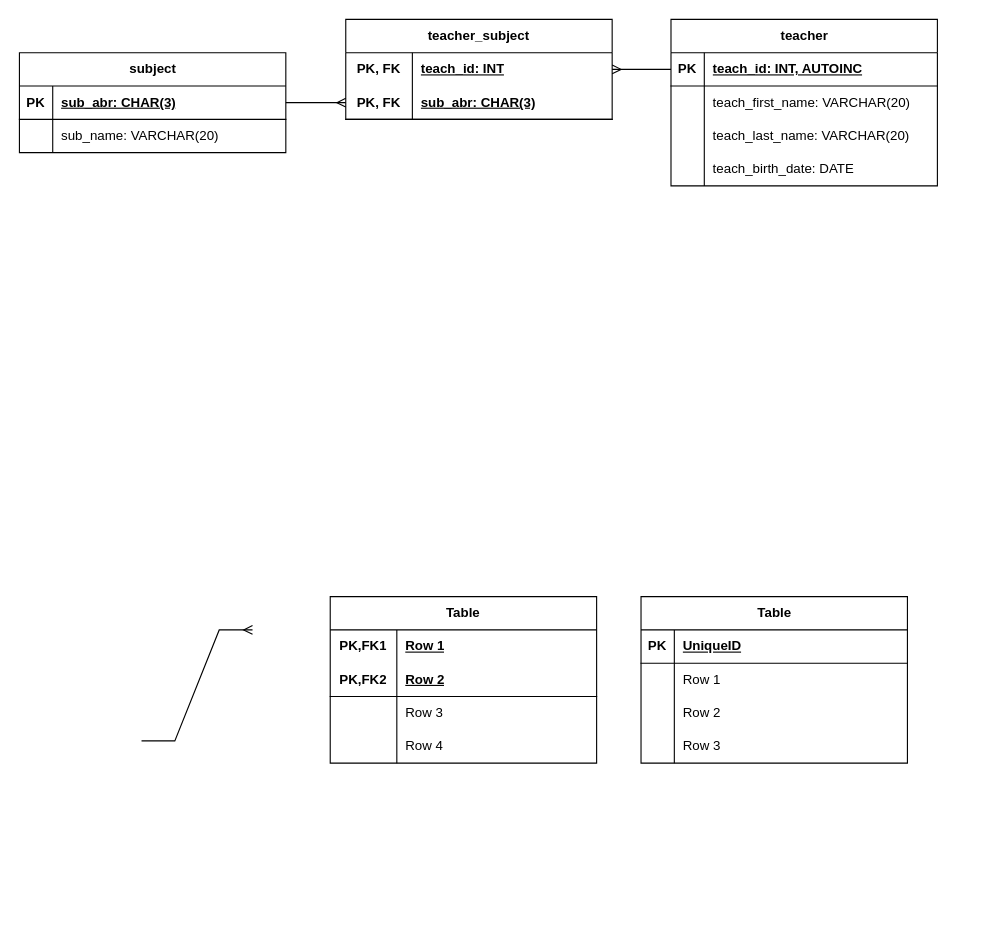
Before: drafts/rel.drawio in elma1989/teach, a draw.io diagram. Source tidied: cells renumbered, new cells numbered last; positions are measured from the earlier drawing's top-left corner, leaving out a move shared by most shapes. Both pictures are drawn from the tidied source at 111%, with x=0, y=0 at pixel (19, 19).
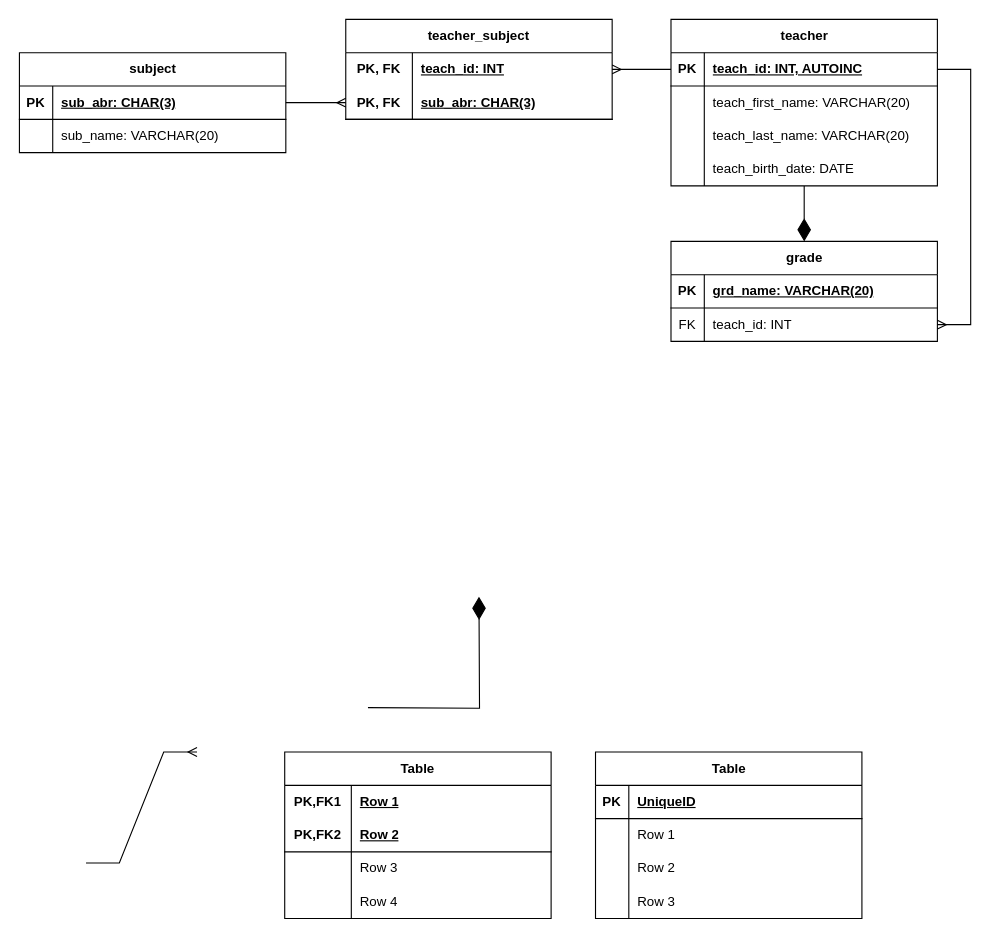
After the change.

The change refers to these unchanged cells:
```xml
<mxCell id="22" value="teacher" style="shape=table;startSize=30;childLayout=tableLayout;rowLines=0;fontStyle=1;align=center;html=1;" parent="1" vertex="1">
  <mxGeometry x="587" width="240" height="150" as="geometry" />
</mxCell>
<mxCell id="23" style="shape=tableRow;horizontal=0;startSize=0;swimlaneHead=0;swimlaneBody=0;fillColor=none;points=[[0,0.5],[1,0.5]];portConstraint=eastwest;top=0;left=0;right=0;bottom=1;" parent="22" vertex="1">
  <mxGeometry y="30" width="240" height="30" as="geometry" />
</mxCell>
```

What changed in the source:
```diff
@@
     <mxCell id="2" value="Table" style="shape=table;startSize=30;childLayout=tableLayout;rowLines=0;fontStyle=1;align=center;html=1;" parent="1" vertex="1">
-      <mxGeometry x="560" y="520" width="240" height="150" as="geometry" />
+      <mxGeometry x="519" y="660" width="240" height="150" as="geometry" />
     </mxCell>
@@
     <mxCell id="35" value="Table" style="shape=table;startSize=30;childLayout=tableLayout;rowLines=0;fontStyle=1;align=center;html=1;whiteSpace=wrap;" parent="1" vertex="1">
-      <mxGeometry x="280" y="520" width="240" height="150" as="geometry" />
+      <mxGeometry x="239" y="660" width="240" height="150" as="geometry" />
     </mxCell>
@@
     <mxCell id="57" style="edgeStyle=entityRelationEdgeStyle;fontSize=12;html=1;endArrow=ERmany;rounded=0;" parent="1" edge="1">
       <mxGeometry relative="1" as="geometry">
-        <mxPoint x="110" y="650" as="sourcePoint" />
-        <mxPoint x="210" y="550" as="targetPoint" />
+        <mxPoint x="60" y="760" as="sourcePoint" />
+        <mxPoint x="160" y="660" as="targetPoint" />
+        <Array as="points">
+          <mxPoint x="141" y="650" />
+        </Array>
       </mxGeometry>
     </mxCell>
+    <mxCell id="58" value="grade" style="shape=table;startSize=30;childLayout=tableLayout;rowLines=0;fontStyle=1;align=center;html=1;" parent="1" vertex="1">
+      <mxGeometry x="587" y="200" width="240" height="90" as="geometry" />
+    </mxCell>
+    <mxCell id="59" style="shape=tableRow;horizontal=0;startSize=0;swimlaneHead=0;swimlaneBody=0;fillColor=none;top=0;left=0;right=0;bottom=1;" parent="58" vertex="1">
+      <mxGeometry y="30" width="240" height="30" as="geometry" />
+    </mxCell>
+    <mxCell id="60" value="PK" style="shape=partialRectangle;fillColor=none;top=0;left=0;bottom=0;right=0;fontStyle=1;overflow=hidden;whiteSpace=wrap;html=1;" parent="59" vertex="1">
+      <mxGeometry width="30" height="30" as="geometry" />
+    </mxCell>
+    <mxCell id="61" value="grd_name: VARCHAR(20)" style="shape=partialRectangle;fillColor=none;top=0;left=0;bottom=0;right=0;align=left;spacingLeft=6;fontStyle=5;overflow=hidden;whiteSpace=wrap;html=1;" parent="59" vertex="1">
+      <mxGeometry x="30" width="210" height="30" as="geometry" />
+    </mxCell>
+    <mxCell id="62" style="shape=tableRow;horizontal=0;startSize=0;swimlaneHead=0;swimlaneBody=0;fillColor=none;points=[[0,0.5],[1,0.5]];portConstraint=eastwest;top=0;left=0;right=0;bottom=0;" parent="58" vertex="1">
+      <mxGeometry y="60" width="240" height="30" as="geometry" />
+    </mxCell>
+    <mxCell id="63" value="FK" style="shape=partialRectangle;fillColor=none;top=0;left=0;bottom=0;right=0;overflow=hidden;whiteSpace=wrap;html=1;" parent="62" vertex="1">
+      <mxGeometry width="30" height="30" as="geometry" />
+    </mxCell>
+    <mxCell id="64" value="teach_id: INT" style="shape=partialRectangle;fillColor=none;top=0;left=0;bottom=0;right=0;align=left;spacingLeft=6;overflow=hidden;whiteSpace=wrap;html=1;" parent="62" vertex="1">
+      <mxGeometry x="30" width="210" height="30" as="geometry" />
+    </mxCell>
+    <mxCell id="65" style="edgeStyle=entityRelationEdgeStyle;fontSize=12;html=1;endArrow=ERmany;rounded=0;" parent="1" edge="1" source="23" target="62">
+      <mxGeometry relative="1" as="geometry">
+        <Array as="points">
+          <mxPoint x="761" y="340" />
+        </Array>
+      </mxGeometry>
+    </mxCell>
+    <mxCell id="66" style="edgeStyle=orthogonalEdgeStyle;fontSize=12;html=1;endArrow=diamondThin;rounded=0;endFill=1;endSize=18;startSize=6;jumpSize=6;targetPerimeterSpacing=0;" parent="1" edge="1">
+      <mxGeometry relative="1" as="geometry">
+        <mxPoint x="314" y="620" as="sourcePoint" />
+        <mxPoint x="414" y="520" as="targetPoint" />
+      </mxGeometry>
+    </mxCell>
+    <mxCell id="67" style="edgeStyle=orthogonalEdgeStyle;fontSize=12;html=1;endArrow=diamondThin;rounded=0;endFill=1;endSize=18;startSize=6;jumpSize=6;targetPerimeterSpacing=0;" parent="1" edge="1" source="22" target="58">
+      <mxGeometry relative="1" as="geometry" />
+    </mxCell>
```
